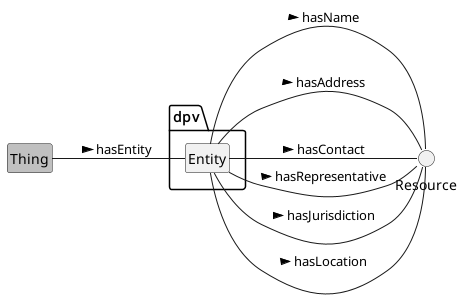
Earlier version of the PlantUML export diagrams/Entities_description.png (jeswr/dpv). Its source is kept beside it as 2.0/diagrams/plantuml/Entities_description.plantuml.
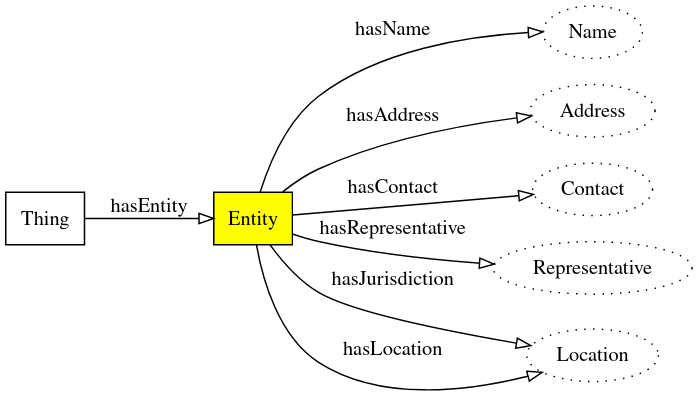
After the change.

What changed in the source:
```diff
@@ -1,19 +1,19 @@
 @startuml
 !include style.plantuml
-top to bottom direction
+left to right direction
 
 class Thing #silver
+() Resource
 package dpv {
 	class Entity
-	note right: hasName\nhasAddress\nhasContact\nhasIdentifier
-	class Representative
-	class Jurisdiction
-	class Location
 }
 
 Thing -- Entity: hasEntity >
-Entity -- Representative : hasRepresentative >
-Entity -- Jurisdiction : hasJurisdiction >
-Entity -- Location : hasLocation >
+Entity -- Resource : hasName >
+Entity -- Resource : hasAddress >
+Entity -- Resource : hasContact >
+Entity -- Resource : hasRepresentative >
+Entity -- Resource : hasJurisdiction >
+Entity -- Resource : hasLocation >
 
 @enduml
```
